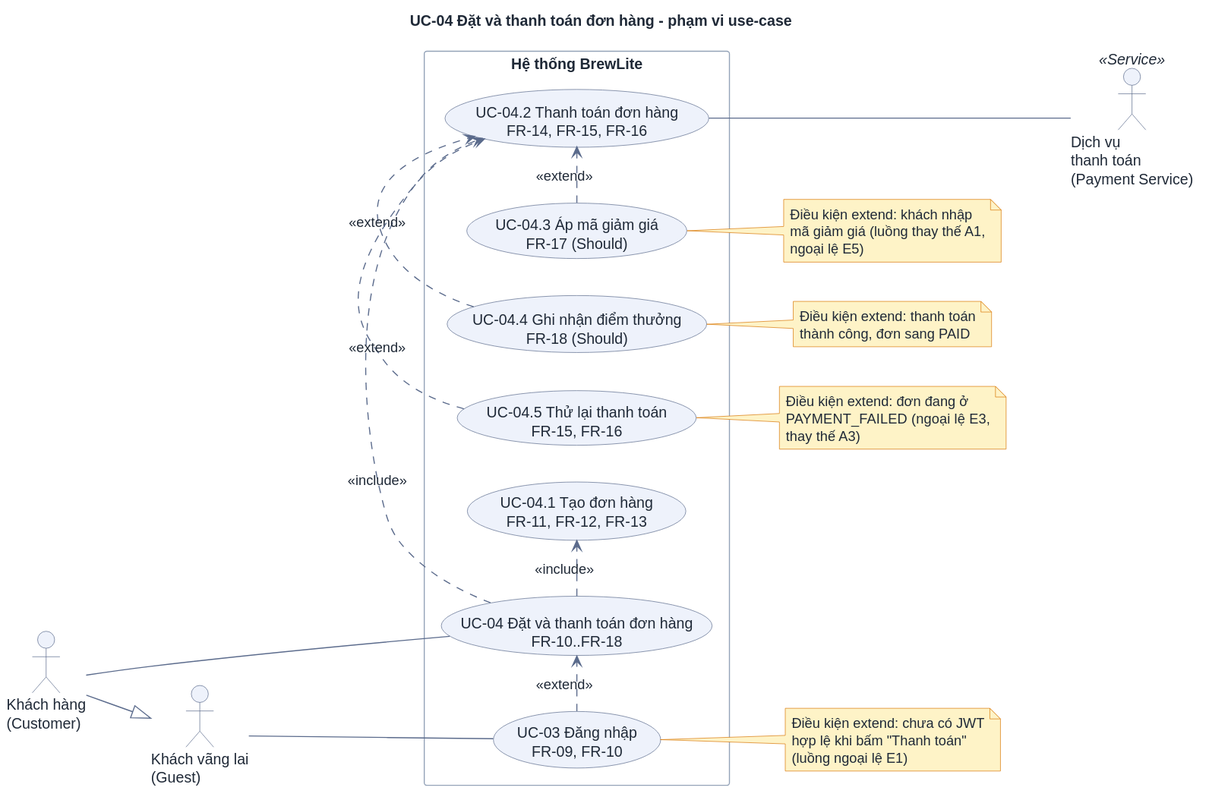
Earlier version of the PlantUML export docs/requirements/uc-checkout.svg (DuVinhLoi/BrewLite).
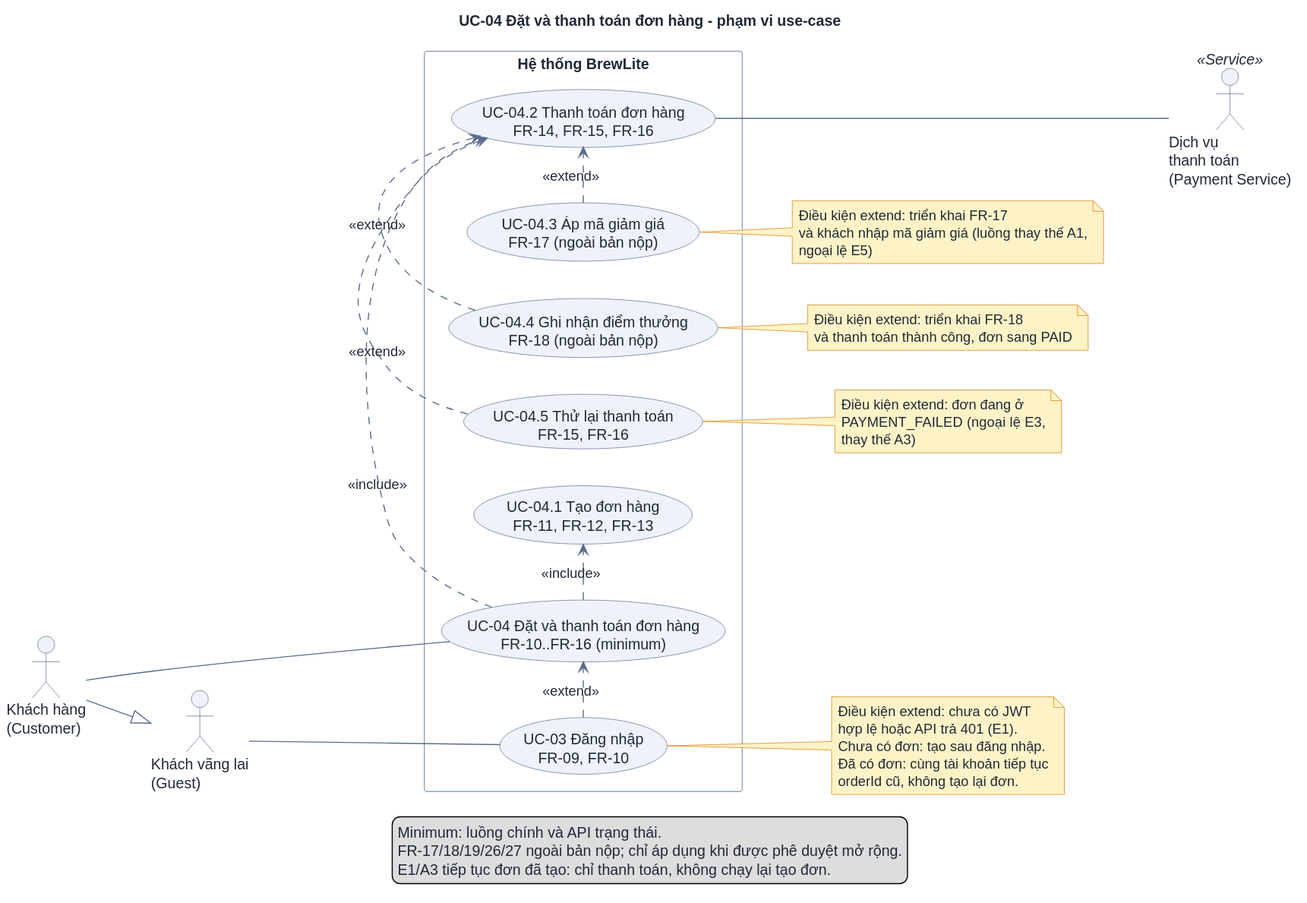
Above is the later version.

Commit message:
docs(requirements): finalize Task 1 minimum scope and checkout recovery

What changed in the source:
```diff
@@ -23,11 +23,11 @@
 Customer --|> Guest
 
 rectangle "Hệ thống BrewLite" {
-  usecase "UC-04 Đặt và thanh toán đơn hàng\nFR-10..FR-18" as UC04
+  usecase "UC-04 Đặt và thanh toán đơn hàng\nFR-10..FR-16 (minimum)" as UC04
   usecase "UC-04.1 Tạo đơn hàng\nFR-11, FR-12, FR-13" as UC041
   usecase "UC-04.2 Thanh toán đơn hàng\nFR-14, FR-15, FR-16" as UC042
-  usecase "UC-04.3 Áp mã giảm giá\nFR-17 (Should)" as UC043
-  usecase "UC-04.4 Ghi nhận điểm thưởng\nFR-18 (Should)" as UC044
+  usecase "UC-04.3 Áp mã giảm giá\nFR-17 (ngoài bản nộp)" as UC043
+  usecase "UC-04.4 Ghi nhận điểm thưởng\nFR-18 (ngoài bản nộp)" as UC044
   usecase "UC-04.5 Thử lại thanh toán\nFR-15, FR-16" as UC045
   usecase "UC-03 Đăng nhập\nFR-09, FR-10" as UC03
 }
@@ -46,19 +46,21 @@
 
 note right of UC03
   Điều kiện extend: chưa có JWT
-  hợp lệ khi bấm "Thanh toán"
-  (luồng ngoại lệ E1)
+  hợp lệ hoặc API trả 401 (E1).
+  Chưa có đơn: tạo sau đăng nhập.
+  Đã có đơn: cùng tài khoản tiếp tục
+  orderId cũ, không tạo lại đơn.
 end note
 
 note right of UC043
-  Điều kiện extend: khách nhập
-  mã giảm giá (luồng thay thế A1,
+  Điều kiện extend: triển khai FR-17
+  và khách nhập mã giảm giá (luồng thay thế A1,
   ngoại lệ E5)
 end note
 
 note right of UC044
-  Điều kiện extend: thanh toán
-  thành công, đơn sang PAID
+  Điều kiện extend: triển khai FR-18
+  và thanh toán thành công, đơn sang PAID
 end note
 
 note right of UC045
@@ -66,4 +68,10 @@
   PAYMENT_FAILED (ngoại lệ E3,
   thay thế A3)
 end note
+
+legend bottom
+  Minimum: luồng chính và API trạng thái.
+  FR-17/18/19/26/27 ngoài bản nộp; chỉ áp dụng khi được phê duyệt mở rộng.
+  E1/A3 tiếp tục đơn đã tạo: chỉ thanh toán, không chạy lại tạo đơn.
+endlegend
 @enduml
```
